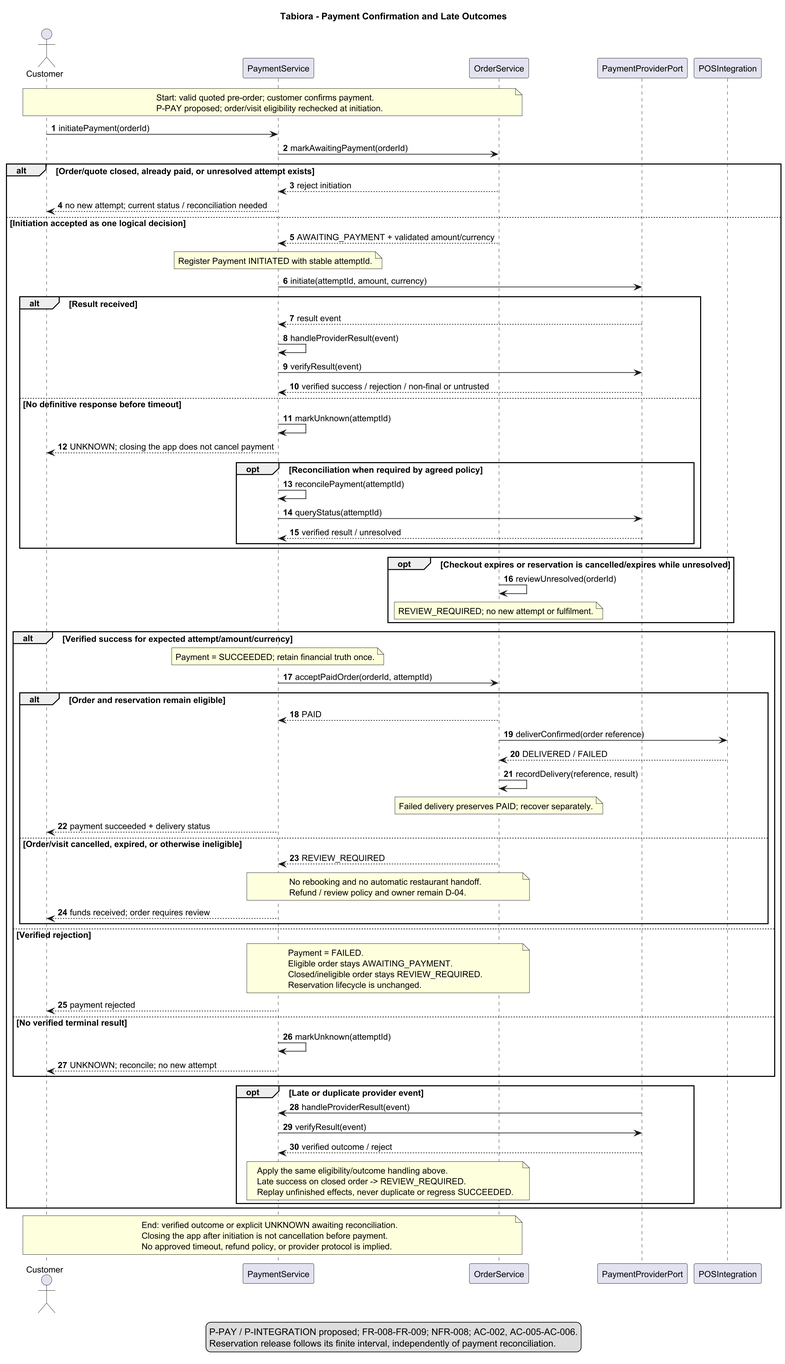
Before: assets/diagrams/payment-sequence/payment-sequence.png, a diagram exported from PlantUML (AlexToday111/Tabiora). Its diagram source:
```plantuml
@startuml
skinparamlocked dpi 180
title Tabiora - Payment Confirmation and Late Outcomes
skinparam shadowing false
skinparam defaultFontName SansSerif
skinparam defaultFontSize 13
skinparam classAttributeIconSize 0
hide empty members

autonumber
actor Customer
participant "PaymentService" as Payments
participant "OrderService" as Order
participant "PaymentProviderPort" as Provider
participant "POSIntegration" as POS
note over Customer,Order
Start: valid quoted pre-order; customer confirms payment.
P-PAY proposed; order/visit eligibility rechecked at initiation.
end note
Customer -> Payments : initiatePayment(orderId)
Payments -> Order : markAwaitingPayment(orderId)
alt Order/quote closed, already paid, or unresolved attempt exists
 Order --> Payments : reject initiation
 Payments --> Customer : no new attempt; current status / reconciliation needed
else Initiation accepted as one logical decision
 Order --> Payments : AWAITING_PAYMENT + validated amount/currency
 note over Payments : Register Payment INITIATED with stable attemptId.
 Payments -> Provider : initiate(attemptId, amount, currency)
 alt Result received
  Provider --> Payments : result event
  Payments -> Payments : handleProviderResult(event)
  Payments -> Provider : verifyResult(event)
  Provider --> Payments : verified success / rejection / non-final or untrusted
 else No definitive response before timeout
  Payments -> Payments : markUnknown(attemptId)
  Payments --> Customer : UNKNOWN; closing the app does not cancel payment
  opt Reconciliation when required by agreed policy
   Payments -> Payments : reconcilePayment(attemptId)
   Payments -> Provider : queryStatus(attemptId)
   Provider --> Payments : verified result / unresolved
  end
 end
 opt Checkout expires or reservation is cancelled/expires while unresolved
  Order -> Order : reviewUnresolved(orderId)
  note over Order : REVIEW_REQUIRED; no new attempt or fulfilment.
 end
 alt Verified success for expected attempt/amount/currency
  note over Payments : Payment = SUCCEEDED; retain financial truth once.
  Payments -> Order : acceptPaidOrder(orderId, attemptId)
  alt Order and reservation remain eligible
   Order --> Payments : PAID
   Order -> POS : deliverConfirmed(order reference)
   POS --> Order : DELIVERED / FAILED
   Order -> Order : recordDelivery(reference, result)
   note over Order : Failed delivery preserves PAID; recover separately.
   Payments --> Customer : payment succeeded + delivery status
  else Order/visit cancelled, expired, or otherwise ineligible
   Order --> Payments : REVIEW_REQUIRED
   note over Payments,Order
   No rebooking and no automatic restaurant handoff.
   Refund / review policy and owner remain D-04.
   end note
   Payments --> Customer : funds received; order requires review
  end
 else Verified rejection
  note over Payments,Order
  Payment = FAILED.
  Eligible order stays AWAITING_PAYMENT.
  Closed/ineligible order stays REVIEW_REQUIRED.
  Reservation lifecycle is unchanged.
  end note
  Payments --> Customer : payment rejected
 else No verified terminal result
  Payments -> Payments : markUnknown(attemptId)
  Payments --> Customer : UNKNOWN; reconcile; no new attempt
 end
 opt Late or duplicate provider event
  Provider -> Payments : handleProviderResult(event)
  Payments -> Provider : verifyResult(event)
  Provider --> Payments : verified outcome / reject
  note over Payments,Order
  Apply the same eligibility/outcome handling above.
  Late success on closed order -> REVIEW_REQUIRED.
  Replay unfinished effects, never duplicate or regress SUCCEEDED.
  end note
 end
end
note over Customer,Order
End: verified outcome or explicit UNKNOWN awaiting reconciliation.
Closing the app after initiation is not cancellation before payment.
No approved timeout, refund policy, or provider protocol is implied.
end note
legend bottom
P-PAY / P-INTEGRATION proposed; FR-008-FR-009; NFR-008; AC-002, AC-005-AC-006.
Reservation release follows its finite interval, independently of payment reconciliation.
endlegend
@enduml
```
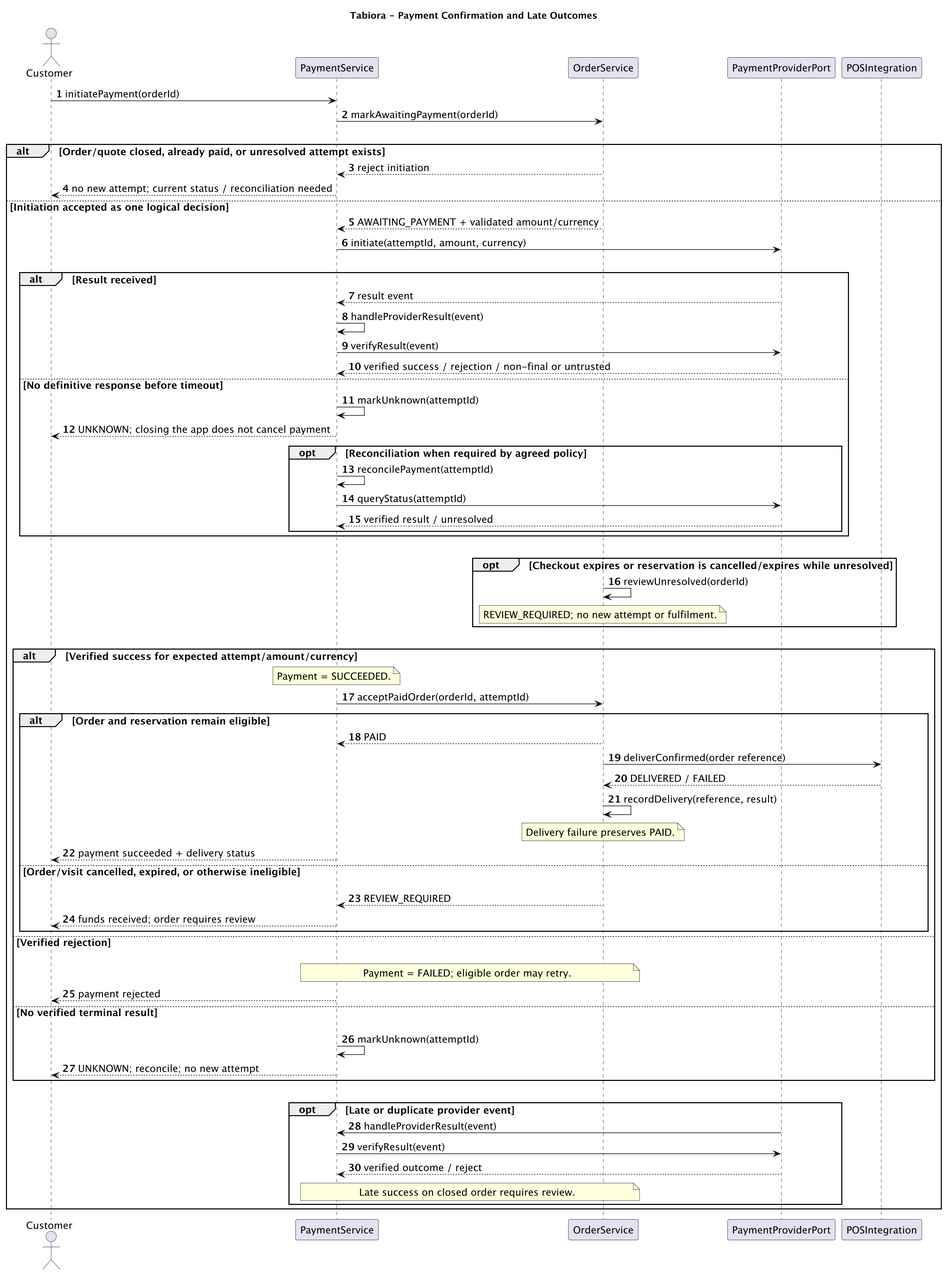
The same file after the commit.

What changed in the source:
```diff
@@ -3,7 +3,7 @@
 title Tabiora - Payment Confirmation and Late Outcomes
 skinparam shadowing false
 skinparam defaultFontName SansSerif
-skinparam defaultFontSize 13
+skinparam defaultFontSize 15
 skinparam classAttributeIconSize 0
 hide empty members
 
@@ -13,19 +13,16 @@
 participant "OrderService" as Order
 participant "PaymentProviderPort" as Provider
 participant "POSIntegration" as POS
-note over Customer,Order
-Start: valid quoted pre-order; customer confirms payment.
-P-PAY proposed; order/visit eligibility rechecked at initiation.
-end note
 Customer -> Payments : initiatePayment(orderId)
 Payments -> Order : markAwaitingPayment(orderId)
+||20||
 alt Order/quote closed, already paid, or unresolved attempt exists
  Order --> Payments : reject initiation
  Payments --> Customer : no new attempt; current status / reconciliation needed
 else Initiation accepted as one logical decision
  Order --> Payments : AWAITING_PAYMENT + validated amount/currency
- note over Payments : Register Payment INITIATED with stable attemptId.
  Payments -> Provider : initiate(attemptId, amount, currency)
+ ||20||
  alt Result received
   Provider --> Payments : result event
   Payments -> Payments : handleProviderResult(event)
@@ -40,58 +37,42 @@
    Provider --> Payments : verified result / unresolved
   end
  end
+ ||20||
  opt Checkout expires or reservation is cancelled/expires while unresolved
   Order -> Order : reviewUnresolved(orderId)
   note over Order : REVIEW_REQUIRED; no new attempt or fulfilment.
  end
+ ||20||
  alt Verified success for expected attempt/amount/currency
-  note over Payments : Payment = SUCCEEDED; retain financial truth once.
+  note over Payments : Payment = SUCCEEDED.
   Payments -> Order : acceptPaidOrder(orderId, attemptId)
   alt Order and reservation remain eligible
    Order --> Payments : PAID
    Order -> POS : deliverConfirmed(order reference)
    POS --> Order : DELIVERED / FAILED
    Order -> Order : recordDelivery(reference, result)
-   note over Order : Failed delivery preserves PAID; recover separately.
+   note over Order : Delivery failure preserves PAID.
    Payments --> Customer : payment succeeded + delivery status
   else Order/visit cancelled, expired, or otherwise ineligible
+   ||18||
    Order --> Payments : REVIEW_REQUIRED
-   note over Payments,Order
-   No rebooking and no automatic restaurant handoff.
-   Refund / review policy and owner remain D-04.
-   end note
    Payments --> Customer : funds received; order requires review
   end
  else Verified rejection
-  note over Payments,Order
-  Payment = FAILED.
-  Eligible order stays AWAITING_PAYMENT.
-  Closed/ineligible order stays REVIEW_REQUIRED.
-  Reservation lifecycle is unchanged.
-  end note
+  ||18||
+  note over Payments,Order : Payment = FAILED; eligible order may retry.
   Payments --> Customer : payment rejected
  else No verified terminal result
+  ||18||
   Payments -> Payments : markUnknown(attemptId)
   Payments --> Customer : UNKNOWN; reconcile; no new attempt
  end
+ ||20||
  opt Late or duplicate provider event
   Provider -> Payments : handleProviderResult(event)
   Payments -> Provider : verifyResult(event)
   Provider --> Payments : verified outcome / reject
-  note over Payments,Order
-  Apply the same eligibility/outcome handling above.
-  Late success on closed order -> REVIEW_REQUIRED.
-  Replay unfinished effects, never duplicate or regress SUCCEEDED.
-  end note
+  note over Payments,Order : Late success on closed order requires review.
  end
 end
-note over Customer,Order
-End: verified outcome or explicit UNKNOWN awaiting reconciliation.
-Closing the app after initiation is not cancellation before payment.
-No approved timeout, refund policy, or provider protocol is implied.
-end note
-legend bottom
-P-PAY / P-INTEGRATION proposed; FR-008-FR-009; NFR-008; AC-002, AC-005-AC-006.
-Reservation release follows its finite interval, independently of payment reconciliation.
-endlegend
 @enduml
```
